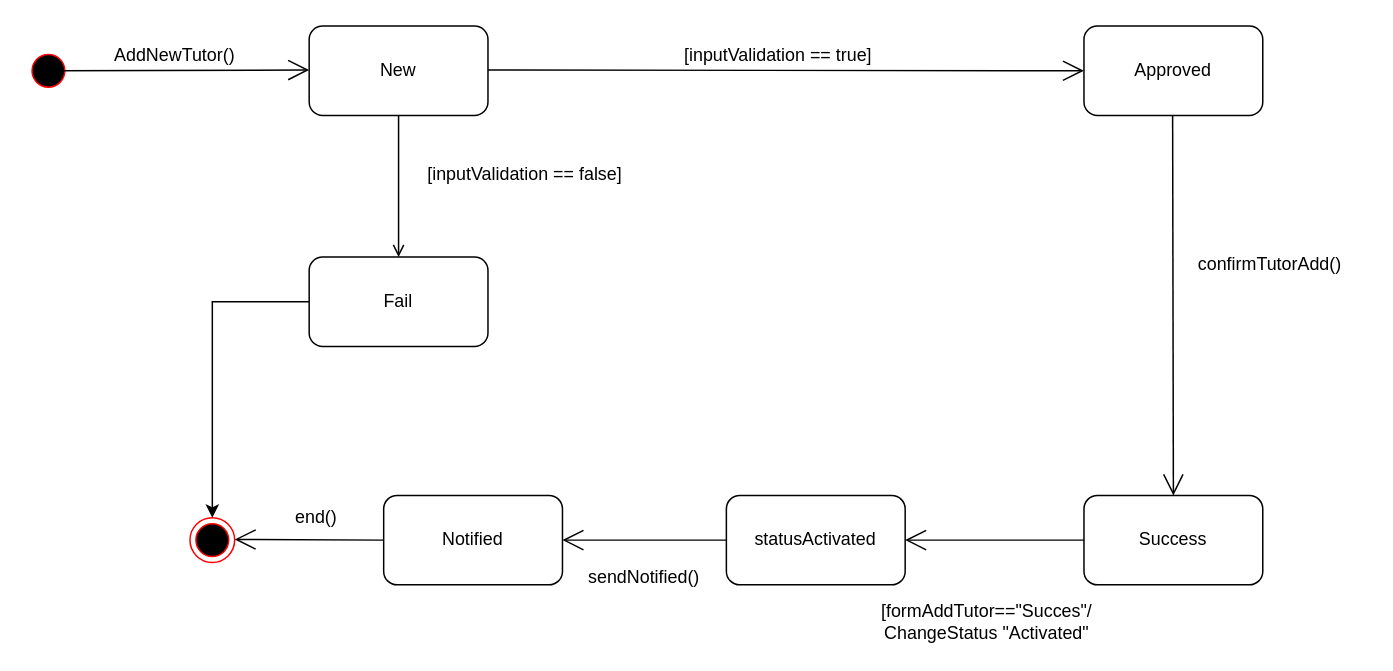
This is page "State Diagram" (3 of 3) of OOAD DIAGRAM/ALLDIAGRAM.drawio from Jerald13/SemV2-Drawio, a draw.io file, before an edit. Source tidied: cells renumbered, new cells numbered last; positions are measured from the earlier drawing's top-left corner, leaving out a move shared by most shapes. Both pictures are drawn from the tidied source at 149%, with x=0, y=0 at pixel (25, 25).
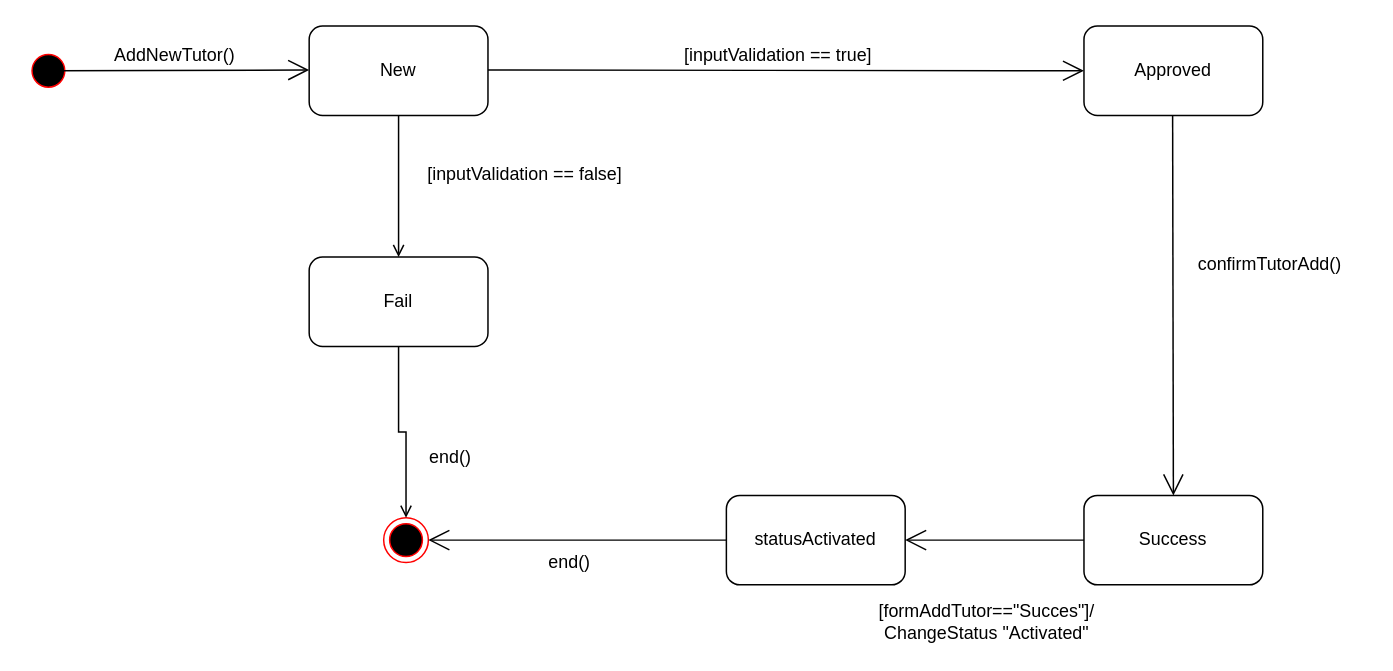
The same page after the edit.

Unchanged cells that the change refers to:
```xml
<mxCell id="24" value="Fail" style="rounded=1;whiteSpace=wrap;html=1;" parent="1" vertex="1">
  <mxGeometry x="190" y="155" width="120" height="60" as="geometry" />
</mxCell>
```

The edit, as a diff of the source:
```diff
@@
     <mxCell id="2" style="ellipse;html=1;shape=endState;fillColor=#000000;strokeColor=#ff0000;" parent="1" vertex="1">
-      <mxGeometry x="110" y="330" width="30" height="30" as="geometry" />
+      <mxGeometry x="240" y="330" width="30" height="30" as="geometry" />
     </mxCell>
@@
-    <mxCell id="14" value="Notified" style="rounded=1;whiteSpace=wrap;html=1;" parent="1" vertex="1">
-      <mxGeometry x="240" y="315" width="120" height="60" as="geometry" />
-    </mxCell>
-    <mxCell id="15" style="endArrow=open;endFill=1;endSize=12;html=1;rounded=0;" parent="1" edge="1" target="14">
+    <mxCell id="15" style="endArrow=open;endFill=1;endSize=12;html=1;rounded=0;entryX=1;entryY=0.5;entryDx=0;entryDy=0;" parent="1" edge="1" target="2">
       <mxGeometry relative="1" as="geometry">
         <mxPoint x="470" y="345" as="sourcePoint" />
       </mxGeometry>
     </mxCell>
-    <mxCell id="16" value="sendNotified()" style="text;html=1;strokeColor=none;fillColor=none;align=center;verticalAlign=middle;whiteSpace=wrap;rounded=0;" parent="1" vertex="1">
-      <mxGeometry x="350" y="355" width="130" height="30" as="geometry" />
+    <mxCell id="16" value="end()" style="text;html=1;strokeColor=none;fillColor=none;align=center;verticalAlign=middle;whiteSpace=wrap;rounded=0;" parent="1" vertex="1">
+      <mxGeometry x="300" y="345" width="130" height="30" as="geometry" />
     </mxCell>
-    <mxCell id="17" style="endArrow=open;endFill=1;endSize=12;html=1;rounded=0;" parent="1" edge="1">
-      <mxGeometry relative="1" as="geometry">
-        <mxPoint x="240" y="345" as="sourcePoint" />
-        <mxPoint x="140" y="344.5" as="targetPoint" />
-      </mxGeometry>
-    </mxCell>
-    <mxCell id="18" value="end()" style="text;html=1;strokeColor=none;fillColor=none;align=center;verticalAlign=middle;whiteSpace=wrap;rounded=0;" parent="1" vertex="1">
-      <mxGeometry x="130" y="315" width="130" height="30" as="geometry" />
-    </mxCell>
@@
-    <mxCell id="22" value="[formAddTutor==&quot;Succes&quot;/&lt;br&gt;ChangeStatus &quot;Activated&quot;" style="text;html=1;strokeColor=none;fillColor=none;align=center;verticalAlign=middle;whiteSpace=wrap;rounded=0;" parent="1" vertex="1">
+    <mxCell id="22" value="[formAddTutor==&quot;Succes&quot;]/&lt;br&gt;ChangeStatus &quot;Activated&quot;" style="text;html=1;strokeColor=none;fillColor=none;align=center;verticalAlign=middle;whiteSpace=wrap;rounded=0;" parent="1" vertex="1">
       <mxGeometry x="580" y="385" width="130" height="30" as="geometry" />
     </mxCell>
-    <mxCell id="23" style="edgeStyle=orthogonalEdgeStyle;rounded=0;jettySize=auto;html=1;exitX=0;exitY=0.5;exitDx=0;exitDy=0;" parent="1" edge="1" source="24" target="2">
+    <mxCell id="23" style="edgeStyle=orthogonalEdgeStyle;rounded=0;jettySize=auto;html=1;exitX=0.5;exitY=1;exitDx=0;exitDy=0;entryX=0.5;entryY=0;entryDx=0;entryDy=0;endArrow=open;endFill=0;" parent="1" edge="1" source="24" target="2">
       <mxGeometry relative="1" as="geometry" />
     </mxCell>
@@
+    <mxCell id="18" value="end()" style="text;html=1;strokeColor=none;fillColor=none;align=center;verticalAlign=middle;whiteSpace=wrap;rounded=0;" parent="1" vertex="1">
+      <mxGeometry x="220" y="275" width="130" height="30" as="geometry" />
+    </mxCell>
```
